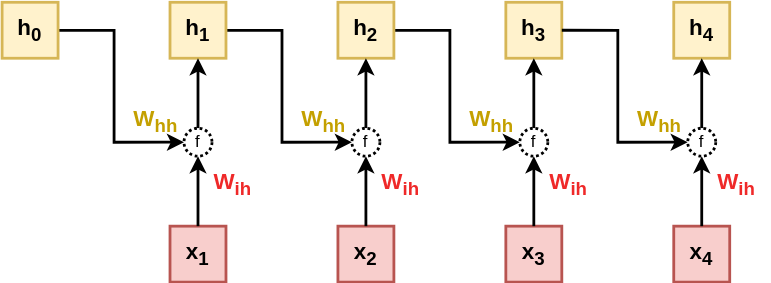
The draw.io diagram python/pytorch/assets/rnn_matrix.drawio.svg in jeremiedecock/snippets, before a commit. Source tidied: cells renumbered, new cells last; positions are measured from the earlier drawing's top-left corner, leaving out a move shared by most shapes.
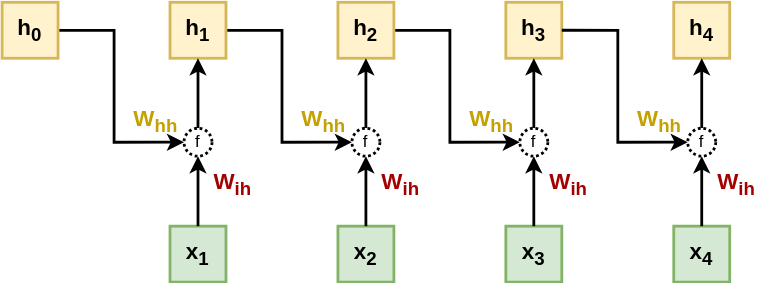
After the change.

Change to the diagram source:
```diff
@@ -16,7 +16,7 @@
     <mxCell id="4" style="edgeStyle=orthogonalEdgeStyle;rounded=0;jettySize=auto;html=1;entryX=0.5;entryY=1;entryDx=0;entryDy=0;strokeWidth=2;" parent="1" edge="1" source="9" target="3">
       <mxGeometry relative="1" as="geometry" />
     </mxCell>
-    <mxCell id="5" value="&lt;font style=&quot;font-size: 16px;&quot;&gt;&lt;b&gt;x&lt;sub&gt;1&lt;/sub&gt;&lt;/b&gt;&lt;/font&gt;" style="rounded=0;whiteSpace=wrap;html=1;strokeWidth=2;fillColor=#f8cecc;strokeColor=#b85450;" parent="1" vertex="1">
+    <mxCell id="5" value="&lt;font style=&quot;font-size: 16px;&quot;&gt;&lt;b&gt;x&lt;sub&gt;1&lt;/sub&gt;&lt;/b&gt;&lt;/font&gt;" style="rounded=0;whiteSpace=wrap;html=1;strokeWidth=2;fillColor=#d5e8d4;strokeColor=#82b366;" parent="1" vertex="1">
       <mxGeometry x="120" y="160" width="40" height="40" as="geometry" />
     </mxCell>
     <mxCell id="6" style="edgeStyle=orthogonalEdgeStyle;rounded=0;jettySize=auto;html=1;entryX=0;entryY=0.5;entryDx=0;entryDy=0;strokeWidth=2;" parent="1" edge="1" source="7" target="9">
@@ -50,7 +50,7 @@
     <mxCell id="12" style="edgeStyle=orthogonalEdgeStyle;rounded=0;jettySize=auto;html=1;entryX=0.5;entryY=1;entryDx=0;entryDy=0;strokeWidth=2;" parent="1" edge="1" source="15" target="11">
       <mxGeometry relative="1" as="geometry" />
     </mxCell>
-    <mxCell id="13" value="&lt;font style=&quot;font-size: 16px;&quot;&gt;&lt;b&gt;x&lt;sub&gt;2&lt;/sub&gt;&lt;/b&gt;&lt;/font&gt;" style="rounded=0;whiteSpace=wrap;html=1;strokeWidth=2;fillColor=#f8cecc;strokeColor=#b85450;" parent="1" vertex="1">
+    <mxCell id="13" value="&lt;font style=&quot;font-size: 16px;&quot;&gt;&lt;b&gt;x&lt;sub&gt;2&lt;/sub&gt;&lt;/b&gt;&lt;/font&gt;" style="rounded=0;whiteSpace=wrap;html=1;strokeWidth=2;fillColor=#d5e8d4;strokeColor=#82b366;" parent="1" vertex="1">
       <mxGeometry x="240" y="160" width="40" height="40" as="geometry" />
     </mxCell>
     <mxCell id="14" style="edgeStyle=orthogonalEdgeStyle;rounded=0;jettySize=auto;html=1;entryX=0.5;entryY=1;entryDx=0;entryDy=0;strokeWidth=2;" parent="1" edge="1" source="13" target="15">
@@ -65,7 +65,7 @@
     <mxCell id="17" style="edgeStyle=orthogonalEdgeStyle;rounded=0;jettySize=auto;html=1;entryX=0.5;entryY=1;entryDx=0;entryDy=0;strokeWidth=2;" parent="1" edge="1" source="20" target="16">
       <mxGeometry relative="1" as="geometry" />
     </mxCell>
-    <mxCell id="18" value="&lt;font style=&quot;font-size: 16px;&quot;&gt;&lt;b&gt;x&lt;sub&gt;3&lt;/sub&gt;&lt;/b&gt;&lt;/font&gt;" style="rounded=0;whiteSpace=wrap;html=1;strokeWidth=2;fillColor=#f8cecc;strokeColor=#b85450;" parent="1" vertex="1">
+    <mxCell id="18" value="&lt;font style=&quot;font-size: 16px;&quot;&gt;&lt;b&gt;x&lt;sub&gt;3&lt;/sub&gt;&lt;/b&gt;&lt;/font&gt;" style="rounded=0;whiteSpace=wrap;html=1;strokeWidth=2;fillColor=#d5e8d4;strokeColor=#82b366;" parent="1" vertex="1">
       <mxGeometry x="360" y="160" width="40" height="40" as="geometry" />
     </mxCell>
     <mxCell id="19" style="edgeStyle=orthogonalEdgeStyle;rounded=0;jettySize=auto;html=1;entryX=0.5;entryY=1;entryDx=0;entryDy=0;strokeWidth=2;" parent="1" edge="1" source="18" target="20">
@@ -89,7 +89,7 @@
     <mxCell id="23" style="edgeStyle=orthogonalEdgeStyle;rounded=0;jettySize=auto;html=1;entryX=0.5;entryY=1;entryDx=0;entryDy=0;strokeWidth=2;" parent="1" edge="1" source="26" target="22">
       <mxGeometry relative="1" as="geometry" />
     </mxCell>
-    <mxCell id="24" value="&lt;font style=&quot;font-size: 16px;&quot;&gt;&lt;b&gt;x&lt;sub&gt;4&lt;/sub&gt;&lt;/b&gt;&lt;/font&gt;" style="rounded=0;whiteSpace=wrap;html=1;strokeWidth=2;fillColor=#f8cecc;strokeColor=#b85450;" parent="1" vertex="1">
+    <mxCell id="24" value="&lt;font style=&quot;font-size: 16px;&quot;&gt;&lt;b&gt;x&lt;sub&gt;4&lt;/sub&gt;&lt;/b&gt;&lt;/font&gt;" style="rounded=0;whiteSpace=wrap;html=1;strokeWidth=2;fillColor=#d5e8d4;strokeColor=#82b366;" parent="1" vertex="1">
       <mxGeometry x="480" y="160" width="40" height="40" as="geometry" />
     </mxCell>
     <mxCell id="25" style="edgeStyle=orthogonalEdgeStyle;rounded=0;jettySize=auto;html=1;entryX=0.5;entryY=1;entryDx=0;entryDy=0;strokeWidth=2;" parent="1" edge="1" source="24" target="26">
@@ -101,25 +101,25 @@
     <mxCell id="27" value="&lt;font color=&quot;#c4a000&quot; style=&quot;font-size: 16px;&quot;&gt;&lt;b&gt;W&lt;sub&gt;hh&lt;/sub&gt;&lt;/b&gt;&lt;/font&gt;" style="text;html=1;align=center;verticalAlign=middle;whiteSpace=wrap;rounded=0;" parent="1" vertex="1">
       <mxGeometry x="80" y="70" width="60" height="30" as="geometry" />
     </mxCell>
-    <mxCell id="28" value="&lt;font color=&quot;#ef2929&quot; style=&quot;font-size: 16px;&quot;&gt;&lt;b&gt;W&lt;sub&gt;ih&lt;/sub&gt;&lt;/b&gt;&lt;/font&gt;" style="text;html=1;align=center;verticalAlign=middle;whiteSpace=wrap;rounded=0;" parent="1" vertex="1">
+    <mxCell id="28" value="&lt;font color=&quot;#a40000&quot; style=&quot;font-size: 16px;&quot;&gt;&lt;b&gt;W&lt;sub&gt;ih&lt;/sub&gt;&lt;/b&gt;&lt;/font&gt;" style="text;html=1;align=center;verticalAlign=middle;whiteSpace=wrap;rounded=0;" parent="1" vertex="1">
       <mxGeometry x="140" y="110" width="50" height="40" as="geometry" />
     </mxCell>
     <mxCell id="29" value="&lt;font color=&quot;#c4a000&quot; style=&quot;font-size: 16px;&quot;&gt;&lt;b&gt;W&lt;sub&gt;hh&lt;/sub&gt;&lt;/b&gt;&lt;/font&gt;" style="text;html=1;align=center;verticalAlign=middle;whiteSpace=wrap;rounded=0;" parent="1" vertex="1">
       <mxGeometry x="200" y="70" width="60" height="30" as="geometry" />
     </mxCell>
-    <mxCell id="30" value="&lt;font color=&quot;#ef2929&quot; style=&quot;font-size: 16px;&quot;&gt;&lt;b&gt;W&lt;sub&gt;ih&lt;/sub&gt;&lt;/b&gt;&lt;/font&gt;" style="text;html=1;align=center;verticalAlign=middle;whiteSpace=wrap;rounded=0;" parent="1" vertex="1">
+    <mxCell id="30" value="&lt;font color=&quot;#a40000&quot; style=&quot;font-size: 16px;&quot;&gt;&lt;b&gt;W&lt;sub&gt;ih&lt;/sub&gt;&lt;/b&gt;&lt;/font&gt;" style="text;html=1;align=center;verticalAlign=middle;whiteSpace=wrap;rounded=0;" parent="1" vertex="1">
       <mxGeometry x="260" y="110" width="50" height="40" as="geometry" />
     </mxCell>
     <mxCell id="31" value="&lt;font color=&quot;#c4a000&quot; style=&quot;font-size: 16px;&quot;&gt;&lt;b&gt;W&lt;sub&gt;hh&lt;/sub&gt;&lt;/b&gt;&lt;/font&gt;" style="text;html=1;align=center;verticalAlign=middle;whiteSpace=wrap;rounded=0;" parent="1" vertex="1">
       <mxGeometry x="320" y="70" width="60" height="30" as="geometry" />
     </mxCell>
-    <mxCell id="32" value="&lt;font color=&quot;#ef2929&quot; style=&quot;font-size: 16px;&quot;&gt;&lt;b&gt;W&lt;sub&gt;ih&lt;/sub&gt;&lt;/b&gt;&lt;/font&gt;" style="text;html=1;align=center;verticalAlign=middle;whiteSpace=wrap;rounded=0;" parent="1" vertex="1">
+    <mxCell id="32" value="&lt;font color=&quot;#a40000&quot; style=&quot;font-size: 16px;&quot;&gt;&lt;b&gt;W&lt;sub&gt;ih&lt;/sub&gt;&lt;/b&gt;&lt;/font&gt;" style="text;html=1;align=center;verticalAlign=middle;whiteSpace=wrap;rounded=0;" parent="1" vertex="1">
       <mxGeometry x="380" y="110" width="50" height="40" as="geometry" />
     </mxCell>
     <mxCell id="33" value="&lt;font color=&quot;#c4a000&quot; style=&quot;font-size: 16px;&quot;&gt;&lt;b&gt;W&lt;sub&gt;hh&lt;/sub&gt;&lt;/b&gt;&lt;/font&gt;" style="text;html=1;align=center;verticalAlign=middle;whiteSpace=wrap;rounded=0;" parent="1" vertex="1">
       <mxGeometry x="440" y="70" width="60" height="30" as="geometry" />
     </mxCell>
-    <mxCell id="34" value="&lt;font color=&quot;#ef2929&quot; style=&quot;font-size: 16px;&quot;&gt;&lt;b&gt;W&lt;sub&gt;ih&lt;/sub&gt;&lt;/b&gt;&lt;/font&gt;" style="text;html=1;align=center;verticalAlign=middle;whiteSpace=wrap;rounded=0;" parent="1" vertex="1">
+    <mxCell id="34" value="&lt;font color=&quot;#a40000&quot; style=&quot;font-size: 16px;&quot;&gt;&lt;b&gt;W&lt;sub&gt;ih&lt;/sub&gt;&lt;/b&gt;&lt;/font&gt;" style="text;html=1;align=center;verticalAlign=middle;whiteSpace=wrap;rounded=0;" parent="1" vertex="1">
       <mxGeometry x="500" y="110" width="50" height="40" as="geometry" />
     </mxCell>
   </root>
```
